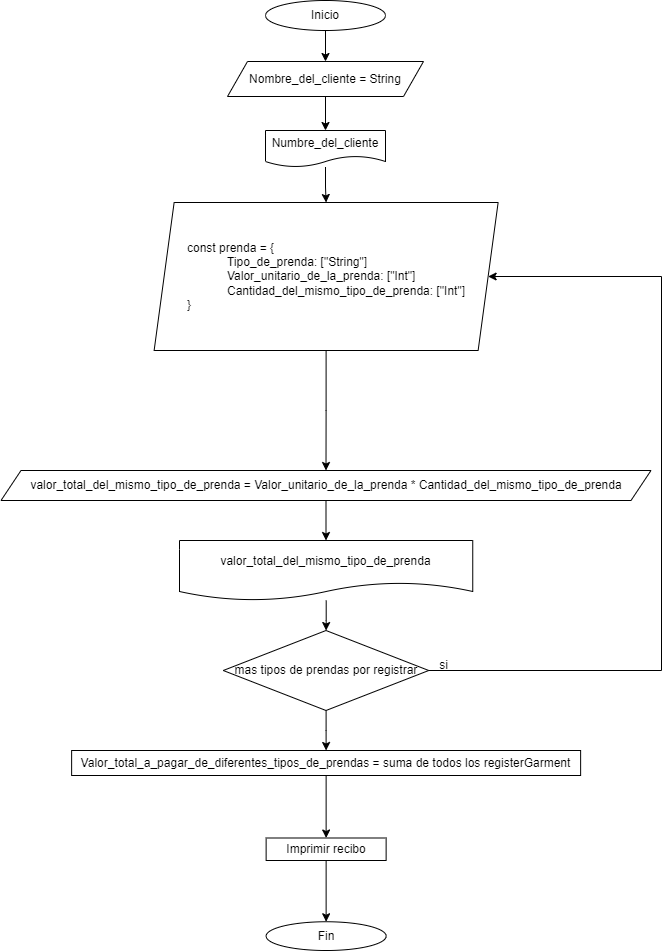
This is Pagar en una tienda.png from dasamepu/Flujo-de-funciones-para-encapsular-algoritmos, a draw.io export, as it was before one commit. Source tidied: cells renumbered, new cells last; positions are measured from the earlier drawing's top-left corner, leaving out a move shared by most shapes.
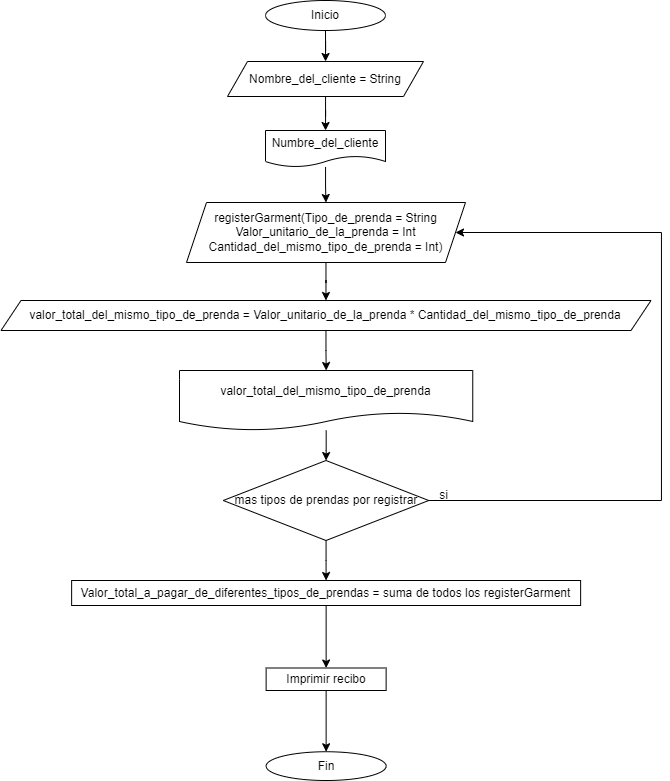
After the change.

Diff of the diagram source:
```diff
@@ -6,33 +6,28 @@
       <mxGeometry relative="1" as="geometry" />
     </mxCell>
     <mxCell id="3" value="Inicio" style="ellipse;whiteSpace=wrap;html=1;" parent="1" vertex="1">
-      <mxGeometry x="264" width="120" height="30" as="geometry" />
+      <mxGeometry x="264" y="170" width="120" height="30" as="geometry" />
     </mxCell>
     <mxCell id="4" style="edgeStyle=orthogonalEdgeStyle;rounded=0;jettySize=auto;html=1;" parent="1" edge="1" source="5" target="7">
       <mxGeometry relative="1" as="geometry" />
     </mxCell>
     <mxCell id="5" value="Nombre_del_cliente = String" style="shape=parallelogram;perimeter=parallelogramPerimeter;whiteSpace=wrap;html=1;fixedSize=1;" parent="1" vertex="1">
-      <mxGeometry x="226" y="61" width="196" height="35" as="geometry" />
+      <mxGeometry x="226" y="231" width="196" height="35" as="geometry" />
     </mxCell>
     <mxCell id="6" style="edgeStyle=orthogonalEdgeStyle;rounded=0;jettySize=auto;html=1;" parent="1" edge="1" source="7" target="9">
       <mxGeometry relative="1" as="geometry" />
     </mxCell>
     <mxCell id="7" value="Numbre_del_cliente" style="shape=document;whiteSpace=wrap;html=1;boundedLbl=1;" parent="1" vertex="1">
-      <mxGeometry x="264" y="130" width="120" height="36.5" as="geometry" />
+      <mxGeometry x="264" y="300" width="120" height="36.5" as="geometry" />
     </mxCell>
     <mxCell id="8" style="edgeStyle=orthogonalEdgeStyle;rounded=0;jettySize=auto;html=1;" parent="1" edge="1" source="9" target="11">
       <mxGeometry relative="1" as="geometry" />
     </mxCell>
-    <mxCell id="9" value="&lt;div style=&quot;text-align: left;&quot;&gt;&lt;span style=&quot;background-color: initial;&quot;&gt;const prenda = {&lt;/span&gt;&lt;/div&gt;&lt;blockquote style=&quot;margin: 0 0 0 40px; border: none; padding: 0px;&quot;&gt;&lt;div style=&quot;text-align: left;&quot;&gt;&lt;span style=&quot;background-color: initial;&quot;&gt;Tipo_de_prenda: [&lt;/span&gt;&lt;span style=&quot;background-color: initial;&quot;&gt;&quot;String&quot;&lt;/span&gt;&lt;span style=&quot;background-color: initial;&quot;&gt;]&lt;/span&gt;&lt;/div&gt;&lt;div style=&quot;text-align: left;&quot;&gt;&lt;span style=&quot;background-color: initial;&quot;&gt;Valor_unitario_de_la_prenda: [&quot;Int&quot;]&lt;/span&gt;&lt;/div&gt;&lt;div style=&quot;text-align: left;&quot;&gt;&lt;span style=&quot;background-color: initial;&quot;&gt;Cantidad_del_mismo_tipo_de_prenda: [&quot;Int&quot;]&lt;/span&gt;&lt;/div&gt;&lt;/blockquote&gt;&lt;div style=&quot;text-align: left;&quot;&gt;&lt;span style=&quot;background-color: initial;&quot;&gt;}&lt;/span&gt;&lt;/div&gt;" style="shape=parallelogram;perimeter=parallelogramPerimeter;whiteSpace=wrap;html=1;fixedSize=1;" parent="1" vertex="1">
-      <mxGeometry x="152.6" y="202" width="344" height="148" as="geometry" />
+    <mxCell id="9" value="registerGarment(Tipo_de_prenda = String&lt;br&gt;Valor_unitario_de_la_prenda = Int&lt;br&gt;Cantidad_del_mismo_tipo_de_prenda = Int)" style="shape=parallelogram;perimeter=parallelogramPerimeter;whiteSpace=wrap;html=1;fixedSize=1;" parent="1" vertex="1">
+      <mxGeometry x="185" y="372" width="279" height="60" as="geometry" />
     </mxCell>
     <mxCell id="10" style="edgeStyle=orthogonalEdgeStyle;rounded=0;jettySize=auto;html=1;" parent="1" edge="1" source="11" target="13">
-      <mxGeometry relative="1" as="geometry">
-        <Array as="points">
-          <mxPoint x="325" y="599" />
-          <mxPoint x="325" y="599" />
-        </Array>
-      </mxGeometry>
+      <mxGeometry relative="1" as="geometry" />
     </mxCell>
     <mxCell id="11" value="valor_total_del_mismo_tipo_de_prenda = Valor_unitario_de_la_prenda * Cantidad_del_mismo_tipo_de_prenda" style="shape=parallelogram;perimeter=parallelogramPerimeter;whiteSpace=wrap;html=1;fixedSize=1;" parent="1" vertex="1">
       <mxGeometry x="-0.5" y="470" width="650" height="30" as="geometry" />
@@ -47,7 +42,7 @@
       <mxGeometry relative="1" as="geometry">
         <Array as="points">
           <mxPoint x="660" y="670" />
-          <mxPoint x="660" y="276" />
+          <mxPoint x="660" y="402" />
         </Array>
       </mxGeometry>
     </mxCell>
```
